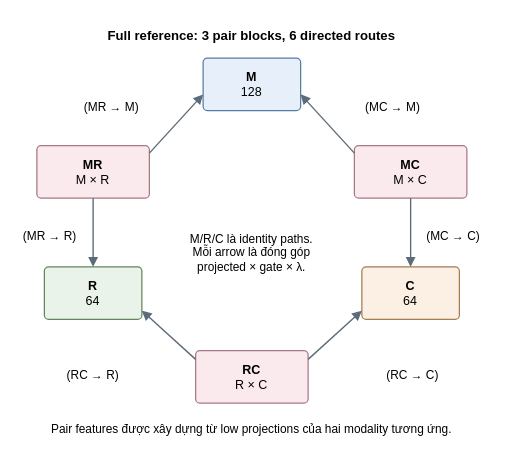
Above: figures_source/full-pairwise-graph.drawio in moimoi05/kltn (draw.io), before the change. Source tidied: cells renumbered, new cells numbered last; positions are measured from the earlier drawing's top-left corner, leaving out a move shared by most shapes. Both pictures are drawn from the tidied source at 125%, with x=0, y=0 at pixel (20, 21).
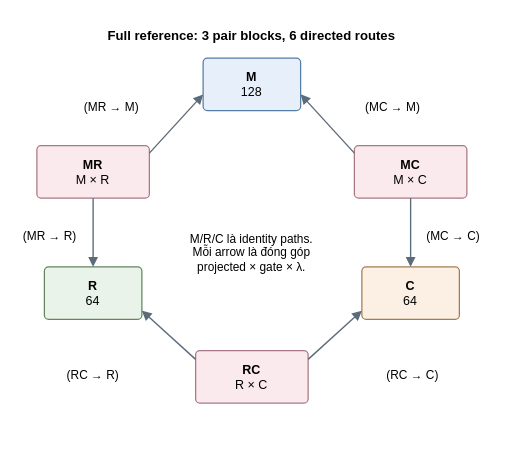
Above is the later version.

The edit, as a diff of the source:
```diff
@@
-    <mxCell id="22" value="Pair features được xây dựng từ low projections của hai modality tương ứng." style="html=1;fontFamily=Arial;fontColor=#000000;whiteSpace=wrap;text;strokeColor=none;fillColor=none;fontSize=9.5;fontStyle=0;align=center;verticalAlign=top;spacing=0;" parent="1" vertex="1">
-      <mxGeometry x="23.8" y="315" width="322.4" height="11.8" as="geometry" />
-    </mxCell>
```
